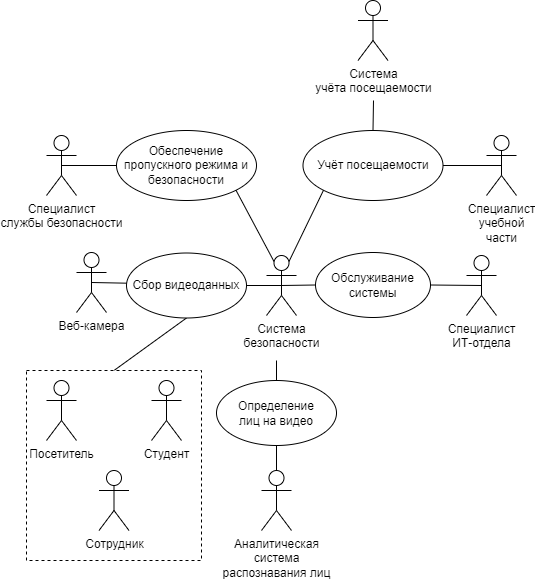
aaselivanov/ViolaJones_Sharp_Face_Recognition keeps this draw.io diagram as uml/Face_recognition_uml-use_case_diagram.png. Above is the earlier version. Source tidied: cells renumbered, new cells last; positions are measured from the earlier drawing's top-left corner, leaving out a move shared by most shapes.
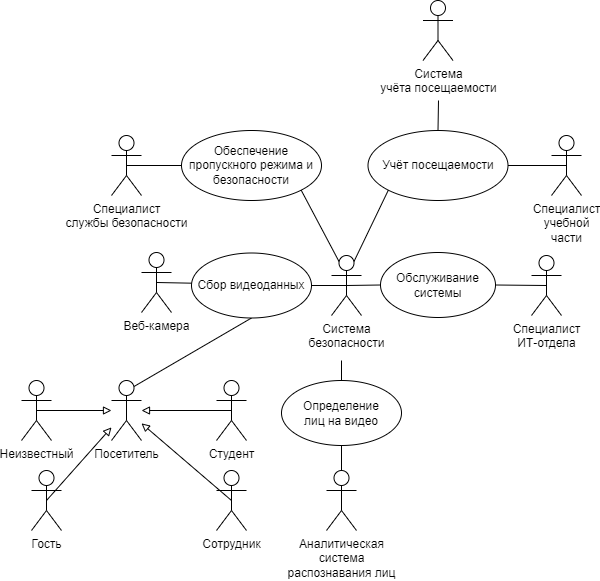
The same file after the commit.

Diff of the diagram source:
```diff
@@ -2,12 +2,9 @@
   <root>
     <mxCell id="0" />
     <mxCell id="1" parent="0" />
-    <mxCell id="2" style="edgeStyle=none;rounded=0;jettySize=auto;html=1;exitX=0.5;exitY=0;exitDx=0;exitDy=0;entryX=0.5;entryY=1;entryDx=0;entryDy=0;endArrow=none;endFill=0;" parent="1" edge="1" source="3" target="15">
+    <mxCell id="2" style="edgeStyle=none;rounded=0;jettySize=auto;html=1;exitX=0.75;exitY=0.1;exitDx=0;exitDy=0;entryX=0.5;entryY=1;entryDx=0;entryDy=0;endArrow=none;endFill=0;exitPerimeter=0;" parent="1" edge="1" source="26" target="15">
       <mxGeometry relative="1" as="geometry" />
     </mxCell>
-    <mxCell id="3" style="rounded=0;whiteSpace=wrap;html=1;dashed=1;" parent="1" vertex="1">
-      <mxGeometry y="370" width="175" height="190" as="geometry" />
-    </mxCell>
     <mxCell id="4" style="edgeStyle=none;rounded=0;jettySize=auto;html=1;exitX=0.5;exitY=0.5;exitDx=0;exitDy=0;exitPerimeter=0;entryX=0;entryY=0.5;entryDx=0;entryDy=0;endArrow=none;endFill=0;" parent="1" edge="1" source="5" target="7">
       <mxGeometry relative="1" as="geometry" />
     </mxCell>
@@ -82,13 +79,33 @@
       <mxGeometry x="20" y="380" width="30" height="60" as="geometry" />
     </mxCell>
     <mxCell id="27" value="Сотрудник" style="shape=umlActor;verticalLabelPosition=bottom;verticalAlign=top;html=1;outlineConnect=0;" parent="1" vertex="1">
-      <mxGeometry x="72.5" y="470" width="30" height="60" as="geometry" />
+      <mxGeometry x="125" y="470" width="30" height="60" as="geometry" />
     </mxCell>
+    <mxCell id="30" style="edgeStyle=orthogonalEdgeStyle;rounded=0;jettySize=auto;html=1;exitX=0.5;exitY=0.5;exitDx=0;exitDy=0;exitPerimeter=0;endArrow=block;endFill=0;" parent="1" edge="1" source="28">
+      <mxGeometry relative="1" as="geometry">
+        <mxPoint x="50" y="410" as="targetPoint" />
+      </mxGeometry>
+    </mxCell>
     <mxCell id="28" value="Студент" style="shape=umlActor;verticalLabelPosition=bottom;verticalAlign=top;html=1;outlineConnect=0;" parent="1" vertex="1">
       <mxGeometry x="125" y="380" width="30" height="60" as="geometry" />
     </mxCell>
     <mxCell id="29" value="Система&lt;br&gt;учёта посещаемости" style="shape=umlActor;verticalLabelPosition=bottom;verticalAlign=top;html=1;" parent="1" vertex="1">
       <mxGeometry x="331.5" width="30" height="60" as="geometry" />
     </mxCell>
+    <mxCell id="31" style="rounded=0;jettySize=auto;html=1;exitX=0.5;exitY=0.5;exitDx=0;exitDy=0;exitPerimeter=0;endArrow=block;endFill=0;" parent="1" edge="1" source="27" target="26">
+      <mxGeometry relative="1" as="geometry" />
+    </mxCell>
+    <mxCell id="32" value="Гость" style="shape=umlActor;verticalLabelPosition=bottom;verticalAlign=top;html=1;outlineConnect=0;" parent="1" vertex="1">
+      <mxGeometry x="-60" y="470" width="30" height="60" as="geometry" />
+    </mxCell>
+    <mxCell id="33" style="rounded=0;jettySize=auto;html=1;exitX=0.5;exitY=0.5;exitDx=0;exitDy=0;exitPerimeter=0;endArrow=block;endFill=0;" parent="1" edge="1" source="32" target="26">
+      <mxGeometry relative="1" as="geometry" />
+    </mxCell>
+    <mxCell id="34" value="Неизвестный" style="shape=umlActor;verticalLabelPosition=bottom;verticalAlign=top;html=1;outlineConnect=0;" parent="1" vertex="1">
+      <mxGeometry x="-70" y="380" width="30" height="60" as="geometry" />
+    </mxCell>
+    <mxCell id="35" style="edgeStyle=orthogonalEdgeStyle;rounded=0;jettySize=auto;html=1;exitX=0.5;exitY=0.5;exitDx=0;exitDy=0;exitPerimeter=0;endArrow=block;endFill=0;" parent="1" edge="1" source="34" target="26">
+      <mxGeometry relative="1" as="geometry" />
+    </mxCell>
   </root>
 </mxGraphModel>
```
